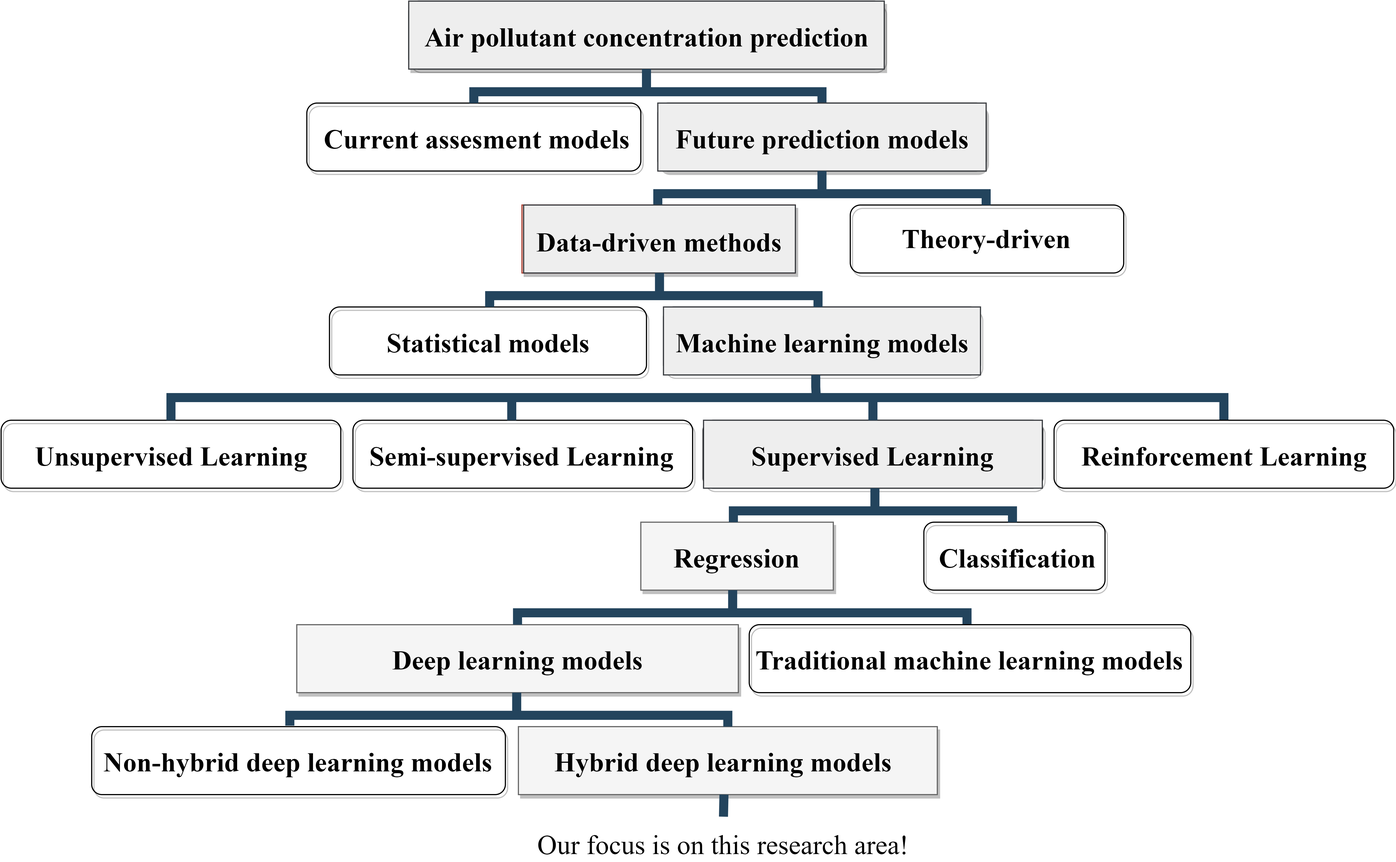
Before: img/Classification of existing methods.png, a diagram exported from draw.io (m-t-abbasi/Hybrid-GCN-Air-Quality-Prediction). Source tidied: cells renumbered, new cells last; positions are measured from the earlier drawing's top-left corner, leaving out a move shared by most shapes.
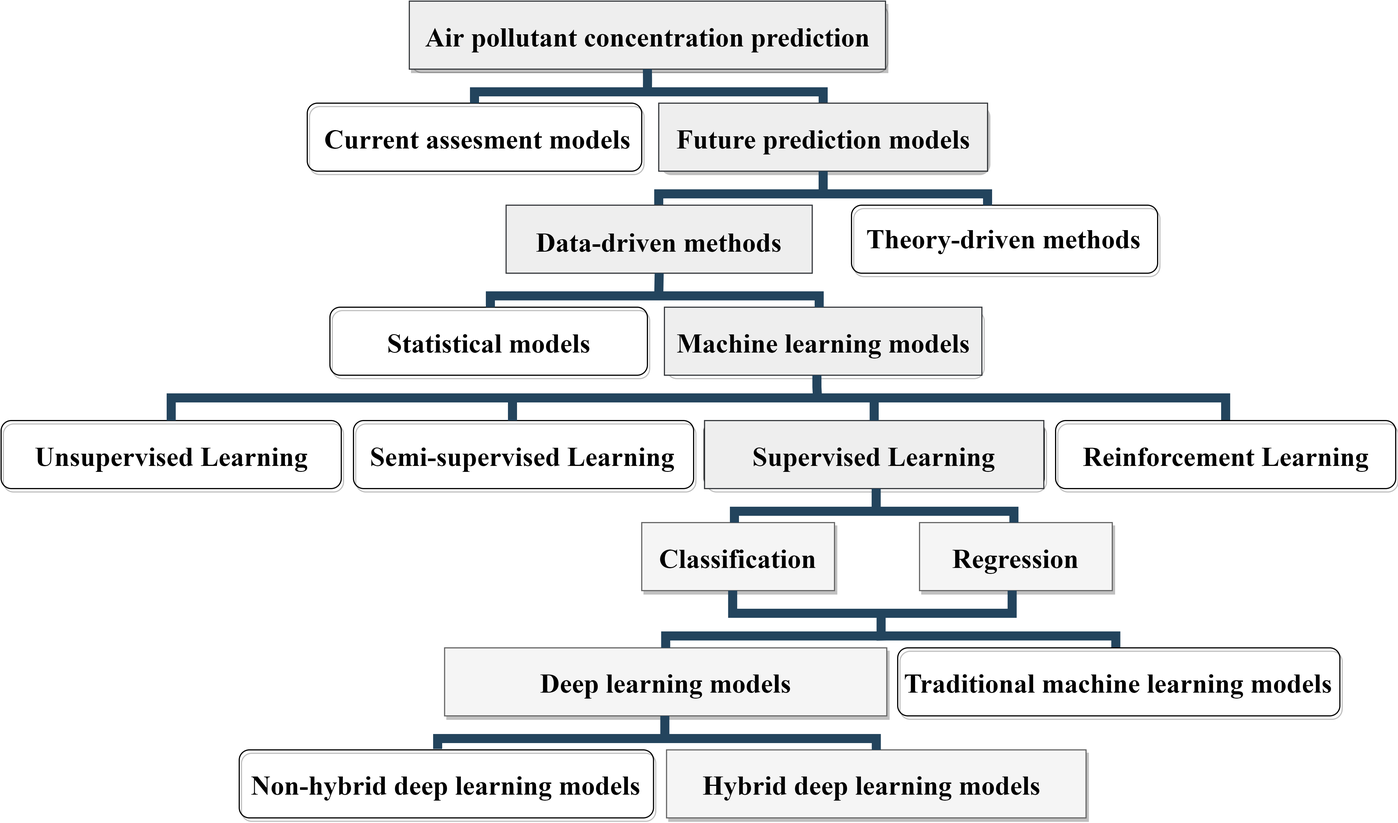
Above is the later version.

Diff of the diagram source:
```diff
@@ -2,6 +2,12 @@
   <root>
     <mxCell id="0" />
     <mxCell id="1" parent="0" />
+    <mxCell id="54" style="whiteSpace=wrap;rounded=0;fillColor=#f5f5f5;shadow=1;fontColor=#333333;strokeColor=#666666;" parent="1" vertex="1">
+      <mxGeometry x="810" y="460" width="170" height="60" as="geometry" />
+    </mxCell>
+    <mxCell id="6" style="whiteSpace=wrap;rounded=1;fillColor=none;shadow=1;fontStyle=1;fontSize=14;strokeColor=default;" parent="1" vertex="1">
+      <mxGeometry x="750" y="180" width="270" height="60" as="geometry" />
+    </mxCell>
     <mxCell id="2" style="whiteSpace=wrap;rounded=1;fillColor=none;shadow=1;fontStyle=0;" parent="1" vertex="1">
       <mxGeometry x="620" y="370" width="300" height="60" as="geometry" />
     </mxCell>
@@ -18,12 +24,6 @@
         </Array>
       </mxGeometry>
     </mxCell>
-    <mxCell id="5" style="whiteSpace=wrap;rounded=0;fillColor=#fad9d5;shadow=1;fontStyle=1;fontSize=14;strokeColor=#ae4132;gradientColor=none;" parent="1" vertex="1">
-      <mxGeometry x="460" y="180" width="241.5" height="60" as="geometry" />
-    </mxCell>
-    <mxCell id="6" style="whiteSpace=wrap;rounded=1;fillColor=none;shadow=1;fontStyle=1;fontSize=14;" parent="1" vertex="1">
-      <mxGeometry x="750" y="180" width="241.5" height="60" as="geometry" />
-    </mxCell>
     <mxCell id="7" style="whiteSpace=wrap;rounded=1;shadow=1;fillColor=none;fontStyle=1;fontSize=24;" parent="1" vertex="1">
       <mxGeometry x="270" y="90" width="295" height="60" as="geometry" />
     </mxCell>
@@ -54,32 +54,29 @@
     <mxCell id="16" value="&lt;b&gt;&lt;font style=&quot;font-size: 24px;&quot;&gt;Reinforcement Learning&lt;/font&gt;&lt;/b&gt;" style="text;html=1;strokeColor=none;fillColor=none;align=center;verticalAlign=middle;whiteSpace=wrap;rounded=0;fontFamily=Times New Roman;fontSize=28;" parent="1" vertex="1">
       <mxGeometry x="930" y="370" width="300" height="60" as="geometry" />
     </mxCell>
-    <mxCell id="17" style="whiteSpace=wrap;rounded=1;fillColor=none;shadow=1;" parent="1" vertex="1">
-      <mxGeometry x="815" y="460" width="160" height="60" as="geometry" />
-    </mxCell>
     <mxCell id="18" style="whiteSpace=wrap;rounded=0;fillColor=#f5f5f5;shadow=1;fontColor=#333333;strokeColor=#666666;" parent="1" vertex="1">
       <mxGeometry x="565" y="460" width="170" height="60" as="geometry" />
     </mxCell>
     <mxCell id="19" style="whiteSpace=wrap;rounded=1;fillColor=none;shadow=1;" parent="1" vertex="1">
-      <mxGeometry x="660.8" y="550.5" width="390" height="60" as="geometry" />
+      <mxGeometry x="790.8" y="570.5" width="390" height="60" as="geometry" />
     </mxCell>
     <mxCell id="20" value="&lt;b&gt;&lt;font style=&quot;font-size: 24px;&quot;&gt;Traditional machine learning models&lt;/font&gt;&lt;/b&gt;" style="text;html=1;strokeColor=none;fillColor=none;align=center;verticalAlign=middle;whiteSpace=wrap;rounded=0;fontFamily=Times New Roman;fontSize=28;" parent="1" vertex="1">
-      <mxGeometry x="665.8" y="550.5" width="380" height="60" as="geometry" />
+      <mxGeometry x="795.8" y="570.5" width="380" height="60" as="geometry" />
     </mxCell>
     <mxCell id="21" style="whiteSpace=wrap;rounded=0;fillColor=#f5f5f5;shadow=1;fontColor=#333333;strokeColor=#666666;" parent="1" vertex="1">
-      <mxGeometry x="261.1" y="550.5" width="390" height="60" as="geometry" />
+      <mxGeometry x="391.1" y="570.5" width="390" height="60" as="geometry" />
     </mxCell>
     <mxCell id="22" style="whiteSpace=wrap;rounded=1;fillColor=none;shadow=1;" parent="1" vertex="1">
-      <mxGeometry x="80" y="640.5" width="365.4" height="60" as="geometry" />
+      <mxGeometry x="210" y="660.5" width="365.4" height="60" as="geometry" />
     </mxCell>
     <mxCell id="23" value="&lt;b&gt;&lt;font style=&quot;font-size: 24px;&quot;&gt;Non-hybrid deep learning models&lt;/font&gt;&lt;/b&gt;" style="text;html=1;strokeColor=none;fillColor=none;align=center;verticalAlign=middle;whiteSpace=wrap;rounded=0;fontFamily=Times New Roman;fontSize=28;" parent="1" vertex="1">
-      <mxGeometry x="87.7" y="640.5" width="350" height="60" as="geometry" />
+      <mxGeometry x="217.7" y="660.5" width="350" height="60" as="geometry" />
     </mxCell>
     <mxCell id="24" style="whiteSpace=wrap;rounded=0;fillColor=#f5f5f5;shadow=1;fontColor=#333333;strokeColor=#666666;" parent="1" vertex="1">
-      <mxGeometry x="456.9" y="640.5" width="370" height="60" as="geometry" />
+      <mxGeometry x="586.9" y="660.5" width="370" height="60" as="geometry" />
     </mxCell>
     <mxCell id="25" value="&lt;b&gt;&lt;font style=&quot;font-size: 24px;&quot;&gt;Hybrid deep learning models&lt;/font&gt;&lt;/b&gt;" style="text;html=1;strokeColor=none;fillColor=none;align=center;verticalAlign=middle;whiteSpace=wrap;rounded=0;shadow=1;glass=0;sketch=0;fontFamily=Times New Roman;fontSize=28;" parent="1" vertex="1">
-      <mxGeometry x="456.9" y="640.5" width="363.1" height="60" as="geometry" />
+      <mxGeometry x="586.9" y="660.5" width="363.1" height="60" as="geometry" />
     </mxCell>
     <mxCell id="26" style="whiteSpace=wrap;rounded=1;shadow=1;fontStyle=1;fontSize=24;" parent="1" vertex="1">
       <mxGeometry x="580" y="90" width="290" height="60" as="geometry" />
@@ -94,7 +91,7 @@
       </mxGeometry>
     </mxCell>
     <mxCell id="28" value="&lt;p&gt;&lt;span class=&quot;fontstyle0&quot;&gt;&lt;font style=&quot;font-size: 24px;&quot;&gt;&lt;b style=&quot;&quot;&gt;Data-driven methods&lt;/b&gt;&lt;/font&gt;&lt;/span&gt;&lt;/p&gt;" style="text;html=1;strokeColor=#36393d;fillColor=#eeeeee;align=center;verticalAlign=middle;whiteSpace=wrap;rounded=0;fontFamily=Times New Roman;fontSize=30;" parent="1" vertex="1">
-      <mxGeometry x="461.5" y="180" width="240" height="60" as="geometry" />
+      <mxGeometry x="445.4" y="180" width="270" height="60" as="geometry" />
     </mxCell>
     <mxCell id="29" value="&lt;span class=&quot;fontstyle0&quot;&gt;&lt;b style=&quot;&quot;&gt;&lt;font color=&quot;#000000&quot; style=&quot;font-size: 24px;&quot;&gt;Air pollutant concentration prediction&lt;/font&gt;&lt;/b&gt;&lt;/span&gt; " style="text;html=1;align=center;verticalAlign=middle;whiteSpace=wrap;rounded=0;shadow=1;glass=0;sketch=0;fontFamily=Times New Roman;fontSize=28;fillColor=#eeeeee;strokeColor=#36393d;" parent="1" vertex="1">
       <mxGeometry x="360" width="420" height="60" as="geometry" />
@@ -116,18 +113,18 @@
     </mxCell>
     <mxCell id="32" style="edgeStyle=elbowEdgeStyle;elbow=vertical;rounded=0;fontColor=#000000;endArrow=none;endFill=0;strokeWidth=8;strokeColor=#23445D;startArrow=none;exitX=0.5;exitY=0;exitDx=0;exitDy=0;" parent="1" edge="1" source="21">
       <mxGeometry relative="1" as="geometry">
-        <mxPoint x="853.1" y="550" as="targetPoint" />
+        <mxPoint x="983.1" y="570" as="targetPoint" />
         <Array as="points">
-          <mxPoint x="717.6" y="540" />
-          <mxPoint x="789.1" y="540" />
-          <mxPoint x="724.1" y="690" />
-          <mxPoint x="764.1" y="705.5" />
-          <mxPoint x="764.1" y="725.5" />
-          <mxPoint x="729.1" y="735.5" />
-          <mxPoint x="719.1" y="735.5" />
-          <mxPoint x="729.1" y="685.5" />
-          <mxPoint x="879.1" y="705.5" />
-          <mxPoint x="729.1" y="746" />
+          <mxPoint x="847.6" y="560" />
+          <mxPoint x="919.1" y="560" />
+          <mxPoint x="854.1" y="710" />
+          <mxPoint x="894.1" y="725.5" />
+          <mxPoint x="894.1" y="745.5" />
+          <mxPoint x="859.1" y="755.5" />
+          <mxPoint x="849.1" y="755.5" />
+          <mxPoint x="859.1" y="705.5" />
+          <mxPoint x="1009.1" y="725.5" />
+          <mxPoint x="859.1" y="766" />
         </Array>
       </mxGeometry>
     </mxCell>
@@ -162,36 +159,36 @@
       </mxGeometry>
     </mxCell>
     <mxCell id="38" value="&lt;b&gt;&lt;font style=&quot;font-size: 24px;&quot;&gt;Regression&lt;/font&gt;&lt;/b&gt;" style="text;html=1;fillColor=none;align=center;verticalAlign=middle;whiteSpace=wrap;rounded=1;fontFamily=Times New Roman;fontSize=28;" parent="1" vertex="1">
-      <mxGeometry x="567.5" y="460" width="165" height="60" as="geometry" />
+      <mxGeometry x="812.5" y="460" width="165" height="60" as="geometry" />
     </mxCell>
     <mxCell id="39" value="&lt;b&gt;&lt;font style=&quot;font-size: 24px;&quot;&gt;Classification&lt;/font&gt;&lt;/b&gt;" style="text;html=1;fillColor=none;align=center;verticalAlign=middle;whiteSpace=wrap;rounded=0;fontFamily=Times New Roman;fontSize=28;" parent="1" vertex="1">
-      <mxGeometry x="815" y="460" width="165" height="60" as="geometry" />
+      <mxGeometry x="567.5" y="460" width="165" height="60" as="geometry" />
     </mxCell>
     <mxCell id="40" value="&lt;b&gt;&lt;font style=&quot;font-size: 24px;&quot;&gt;Deep learning models&lt;/font&gt;&lt;/b&gt;" style="text;html=1;strokeColor=none;fillColor=none;align=center;verticalAlign=middle;whiteSpace=wrap;rounded=0;fontFamily=Times New Roman;fontSize=28;" parent="1" vertex="1">
-      <mxGeometry x="261.1" y="550.5" width="390" height="60" as="geometry" />
+      <mxGeometry x="391.1" y="570.5" width="390" height="60" as="geometry" />
     </mxCell>
     <mxCell id="41" style="edgeStyle=orthogonalEdgeStyle;elbow=vertical;rounded=0;fontColor=#000000;endArrow=none;endFill=0;strokeWidth=8;strokeColor=#23445D;" parent="1" edge="1">
       <mxGeometry relative="1" as="geometry">
-        <mxPoint x="455.4" y="630.5" as="sourcePoint" />
-        <mxPoint x="455.4" y="610.5" as="targetPoint" />
+        <mxPoint x="585.4" y="650.5" as="sourcePoint" />
+        <mxPoint x="585.4" y="630.5" as="targetPoint" />
       </mxGeometry>
     </mxCell>
     <mxCell id="42" style="edgeStyle=elbowEdgeStyle;elbow=vertical;rounded=0;fontColor=#000000;endArrow=none;endFill=0;strokeWidth=8;strokeColor=#23445D;startArrow=none;entryX=0.5;entryY=0;entryDx=0;entryDy=0;exitX=0.479;exitY=-0.014;exitDx=0;exitDy=0;exitPerimeter=0;" parent="1" edge="1" source="22" target="24">
       <mxGeometry relative="1" as="geometry">
         <Array as="points">
-          <mxPoint x="530.6" y="630.5" />
-          <mxPoint x="570.6" y="646" />
-          <mxPoint x="570.6" y="666" />
-          <mxPoint x="535.6" y="676" />
-          <mxPoint x="525.6" y="676" />
-          <mxPoint x="535.6" y="626" />
-          <mxPoint x="685.6" y="646" />
-          <mxPoint x="535.6" y="686.5" />
+          <mxPoint x="660.6" y="650.5" />
+          <mxPoint x="700.6" y="666" />
+          <mxPoint x="700.6" y="686" />
+          <mxPoint x="665.6" y="696" />
+          <mxPoint x="655.6" y="696" />
+          <mxPoint x="665.6" y="646" />
+          <mxPoint x="815.6" y="666" />
+          <mxPoint x="665.6" y="706.5" />
         </Array>
       </mxGeometry>
     </mxCell>
-    <mxCell id="43" value="&lt;p&gt;&lt;font style=&quot;font-size: 24px;&quot; face=&quot;Times New Roman&quot;&gt;&lt;b style=&quot;&quot;&gt;Theory-driven&lt;/b&gt;&lt;/font&gt;&lt;/p&gt;" style="text;html=1;strokeColor=none;fillColor=none;align=center;verticalAlign=middle;whiteSpace=wrap;rounded=0;" parent="1" vertex="1">
-      <mxGeometry x="745.8" y="180" width="250" height="60" as="geometry" />
+    <mxCell id="43" value="&lt;p&gt;&lt;font style=&quot;font-size: 24px;&quot; face=&quot;Times New Roman&quot;&gt;&lt;b style=&quot;&quot;&gt;Theory-driven methods&lt;/b&gt;&lt;/font&gt;&lt;/p&gt;" style="text;html=1;strokeColor=none;fillColor=none;align=center;verticalAlign=middle;whiteSpace=wrap;rounded=0;" parent="1" vertex="1">
+      <mxGeometry x="752.9" y="180" width="264.2" height="60" as="geometry" />
     </mxCell>
     <mxCell id="44" style="edgeStyle=orthogonalEdgeStyle;elbow=vertical;rounded=0;fontColor=#000000;endArrow=none;endFill=0;strokeWidth=8;strokeColor=#23445D;entryX=0.5;entryY=1;entryDx=0;entryDy=0;" parent="1" edge="1" target="36">
       <mxGeometry relative="1" as="geometry">
@@ -207,15 +204,6 @@
         </Array>
       </mxGeometry>
     </mxCell>
-    <mxCell id="46" style="edgeStyle=orthogonalEdgeStyle;elbow=vertical;rounded=0;fontColor=#000000;endArrow=none;endFill=0;strokeWidth=8;strokeColor=#23445D;entryX=0.5;entryY=1;entryDx=0;entryDy=0;" parent="1" edge="1" target="28">
-      <mxGeometry relative="1" as="geometry">
-        <mxPoint x="583" y="260" as="sourcePoint" />
-        <Array as="points">
-          <mxPoint x="583" y="260" />
-          <mxPoint x="582" y="260" />
-        </Array>
-      </mxGeometry>
-    </mxCell>
     <mxCell id="47" style="edgeStyle=elbowEdgeStyle;elbow=vertical;rounded=0;fontColor=#000000;endArrow=none;endFill=0;strokeWidth=8;strokeColor=#23445D;entryX=0.5;entryY=0;entryDx=0;entryDy=0;" parent="1" edge="1" target="2">
       <mxGeometry relative="1" as="geometry">
         <mxPoint x="770" y="350" as="sourcePoint" />
@@ -235,21 +223,31 @@
     </mxCell>
     <mxCell id="51" style="edgeStyle=orthogonalEdgeStyle;elbow=vertical;rounded=0;fontColor=#000000;endArrow=none;endFill=0;strokeWidth=8;strokeColor=#23445D;entryX=0.5;entryY=1;entryDx=0;entryDy=0;" parent="1" edge="1">
       <mxGeometry relative="1" as="geometry">
-        <mxPoint x="651.1" y="540" as="sourcePoint" />
-        <mxPoint x="646.1" y="520" as="targetPoint" />
+        <mxPoint x="781.1" y="560" as="sourcePoint" />
+        <mxPoint x="776.1" y="540" as="targetPoint" />
         <Array as="points">
-          <mxPoint x="651.1" y="540" />
-          <mxPoint x="646.1" y="540" />
+          <mxPoint x="781.1" y="560" />
+          <mxPoint x="776.1" y="560" />
         </Array>
       </mxGeometry>
     </mxCell>
-    <mxCell id="52" style="edgeStyle=orthogonalEdgeStyle;elbow=vertical;rounded=0;fontColor=#000000;endArrow=none;endFill=0;strokeWidth=8;strokeColor=#23445D;entryX=0.5;entryY=1;entryDx=0;entryDy=0;" parent="1" edge="1" target="25">
-      <mxGeometry relative="1" as="geometry">
-        <mxPoint x="638" y="720" as="sourcePoint" />
-      </mxGeometry>
-    </mxCell>
-    <mxCell id="53" value="&lt;font style=&quot;font-size: 24px;&quot; face=&quot;Times New Roman&quot;&gt;Our focus is on this research area!&lt;/font&gt;" style="text;html=1;strokeColor=none;fillColor=none;align=center;verticalAlign=middle;whiteSpace=wrap;rounded=0;" parent="1" vertex="1">
-      <mxGeometry x="450.9" y="730" width="375" height="30" as="geometry" />
-    </mxCell>
+    <mxCell id="55" style="edgeStyle=orthogonalEdgeStyle;elbow=vertical;rounded=0;fontColor=#000000;endArrow=none;endFill=0;strokeWidth=8;strokeColor=#23445D;entryX=0.5;entryY=1;entryDx=0;entryDy=0;" parent="1" edge="1" target="28">
+      <mxGeometry relative="1" as="geometry">
+        <mxPoint x="580" y="260" as="sourcePoint" />
+        <Array as="points">
+          <mxPoint x="580" y="260" />
+          <mxPoint x="580" y="250" />
+        </Array>
+      </mxGeometry>
+    </mxCell>
+    <mxCell id="56" style="edgeStyle=elbowEdgeStyle;elbow=vertical;rounded=0;fontColor=#000000;endArrow=none;endFill=0;strokeWidth=8;strokeColor=#23445D;exitX=0.5;exitY=0;exitDx=0;exitDy=0;entryX=0.5;entryY=0;entryDx=0;entryDy=0;" parent="1" edge="1">
+      <mxGeometry relative="1" as="geometry">
+        <mxPoint x="645.2" y="520" as="sourcePoint" />
+        <mxPoint x="891.7" y="520" as="targetPoint" />
+        <Array as="points">
+          <mxPoint x="770" y="540" />
+        </Array>
+      </mxGeometry>
+    </mxCell>
   </root>
 </mxGraphModel>
```
